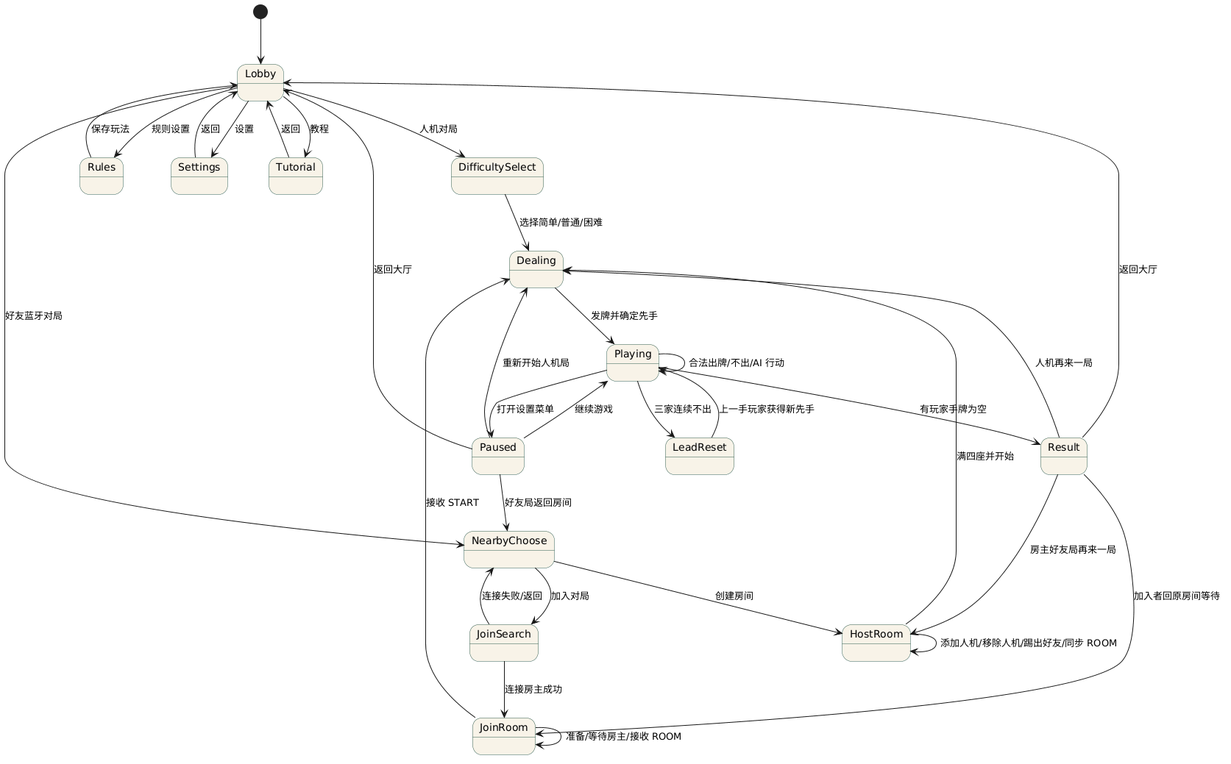
Before: docs/uml/state_game.png, a diagram exported from PlantUML (Mojieeee/uml_chudadi).
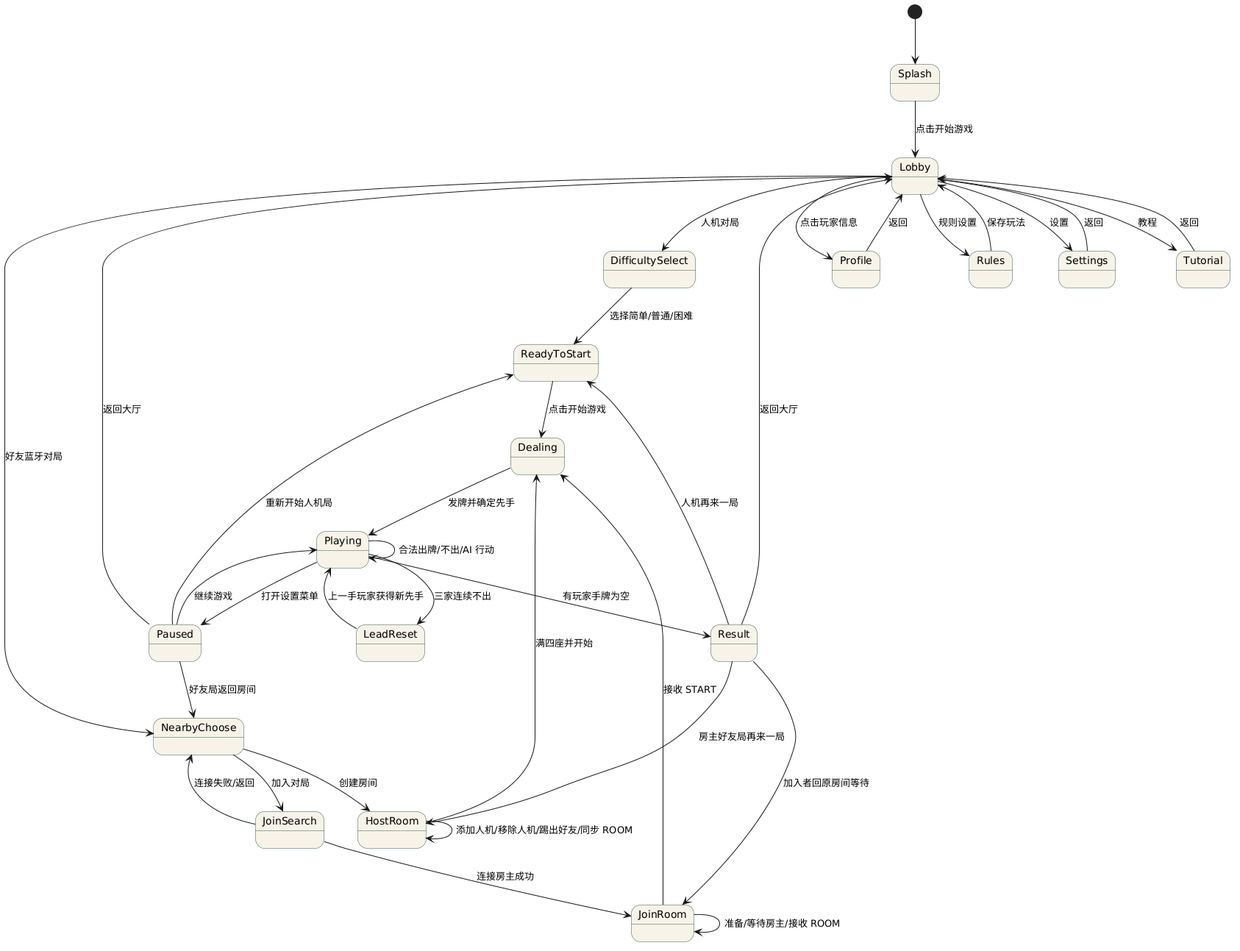
The same diagram one commit later.

Change to the diagram source:
```diff
@@ -4,10 +4,14 @@
   BorderColor #2F5D50
 }
 
-[*] --> Lobby
+[*] --> Splash
+Splash --> Lobby : 点击开始游戏
 
 Lobby --> DifficultySelect : 人机对局
-DifficultySelect --> Dealing : 选择简单/普通/困难
+DifficultySelect --> ReadyToStart : 选择简单/普通/困难
+ReadyToStart --> Dealing : 点击开始游戏
+Lobby --> Profile : 点击玩家信息
+Profile --> Lobby : 返回
 Lobby --> Rules : 规则设置
 Rules --> Lobby : 保存玩法
 Lobby --> Settings : 设置
@@ -29,7 +33,7 @@
 Dealing --> Playing : 发牌并确定先手
 Playing --> Paused : 打开设置菜单
 Paused --> Playing : 继续游戏
-Paused --> Dealing : 重新开始人机局
+Paused --> ReadyToStart : 重新开始人机局
 Paused --> Lobby : 返回大厅
 Paused --> NearbyChoose : 好友局返回房间
 
@@ -38,7 +42,7 @@
 LeadReset --> Playing : 上一手玩家获得新先手
 Playing --> Result : 有玩家手牌为空
 
-Result --> Dealing : 人机再来一局
+Result --> ReadyToStart : 人机再来一局
 Result --> HostRoom : 房主好友局再来一局
 Result --> JoinRoom : 加入者回原房间等待
 Result --> Lobby : 返回大厅
```
